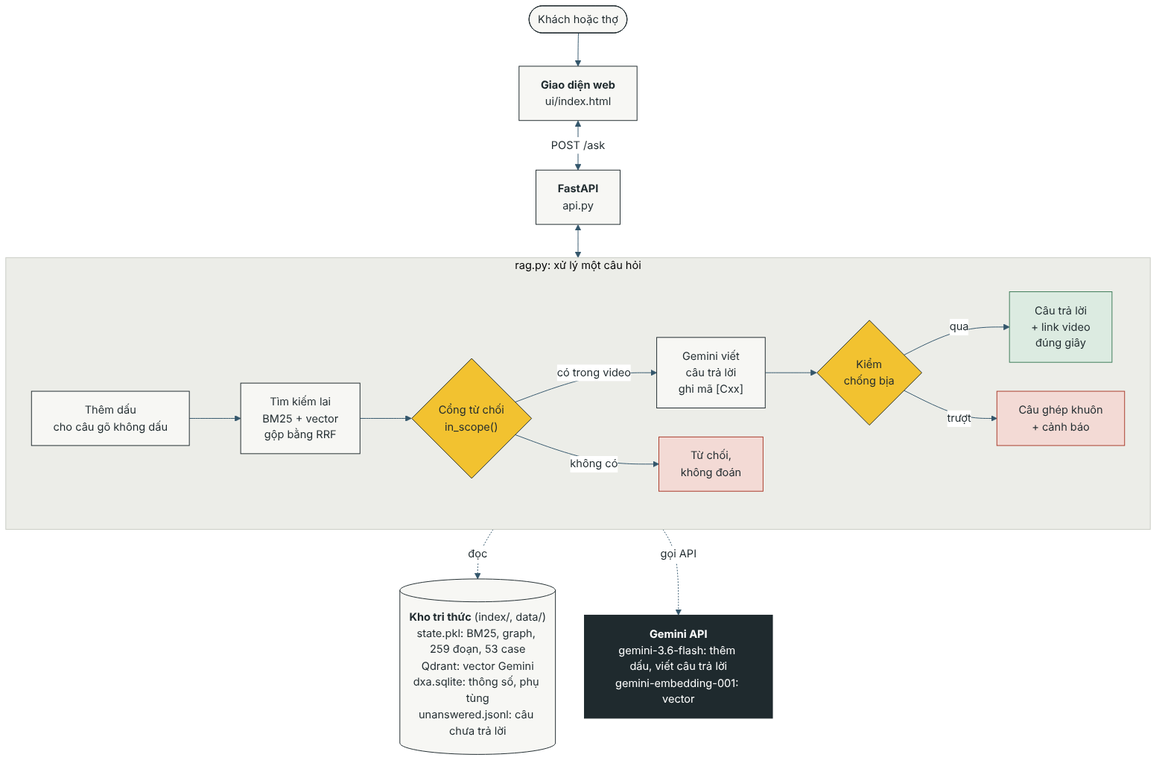
Before: dxa-automative-agent_dana/docs/architecture.png, a diagram exported from Mermaid (ydangishere/dev-projects). Its source is kept beside it as dxa-automative-agent_dana/docs/architecture.mmd. Source of this version:
```mermaid
%%{init: {"theme":"base","fontFamily":"Inter, DejaVu Sans, sans-serif","themeVariables":{"fontFamily":"Inter, DejaVu Sans, sans-serif","fontSize":"15px","primaryColor":"#F7F7F4","primaryBorderColor":"#1F2A2E","primaryTextColor":"#1F2A2E","lineColor":"#33566B","clusterBkg":"#ECEDE8","clusterBorder":"#C9CCC4","edgeLabelBackground":"#FFFFFF"},"flowchart":{"curve":"basis","nodeSpacing":40,"rankSpacing":46}}}%%
flowchart TB
    U(["Khách hoặc thợ"]) --> UI["<b>Giao diện web</b><br/>ui/index.html"]
    UI <-- "POST /ask" --> API["<b>FastAPI</b><br/>api.py"]
    API <--> RAG

    subgraph RAG["rag.py: xử lý một câu hỏi"]
        direction LR
        A1["Thêm dấu<br/>cho câu gõ không dấu"] --> A2["Tìm kiếm lai<br/>BM25 + vector<br/>gộp bằng RRF"]
        A2 --> A3{"Cổng từ chối<br/>in_scope()"}
        A3 -- "có trong video" --> A4["Gemini viết<br/>câu trả lời<br/>ghi mã [Cxx]"]
        A4 --> A5{"Kiểm<br/>chống bịa"}
        A5 -- "qua" --> OK["Câu trả lời<br/>+ link video<br/>đúng giây"]
        A5 -- "trượt" --> TPL["Câu ghép khuôn<br/>+ cảnh báo"]
        A3 -- "không có" --> NO["Từ chối,<br/>không đoán"]
    end

    RAG -. "đọc" .-> KHO
    RAG -. "gọi API" .-> G

    KHO[("<b>Kho tri thức</b> (index/, data/)<br/>state.pkl: BM25, graph, 259 đoạn, 53 case<br/>Qdrant: vector Gemini<br/>dxa.sqlite: thông số, phụ tùng<br/>unanswered.jsonl: câu chưa trả lời")]

    G["<b>Gemini API</b><br/>gemini-3.6-flash: thêm dấu, viết câu trả lời<br/>gemini-embedding-001: vector"]

    classDef gate fill:#F2C230,stroke:#1F2A2E,color:#1F2A2E
    classDef stop fill:#F3DAD5,stroke:#A93A2A,color:#1F2A2E
    classDef good fill:#DCEBE1,stroke:#3E7C59,color:#1F2A2E
    classDef ext fill:#1F2A2E,stroke:#1F2A2E,color:#FFFFFF
    class A3,A5 gate
    class NO,TPL stop
    class OK good
    class G ext
```
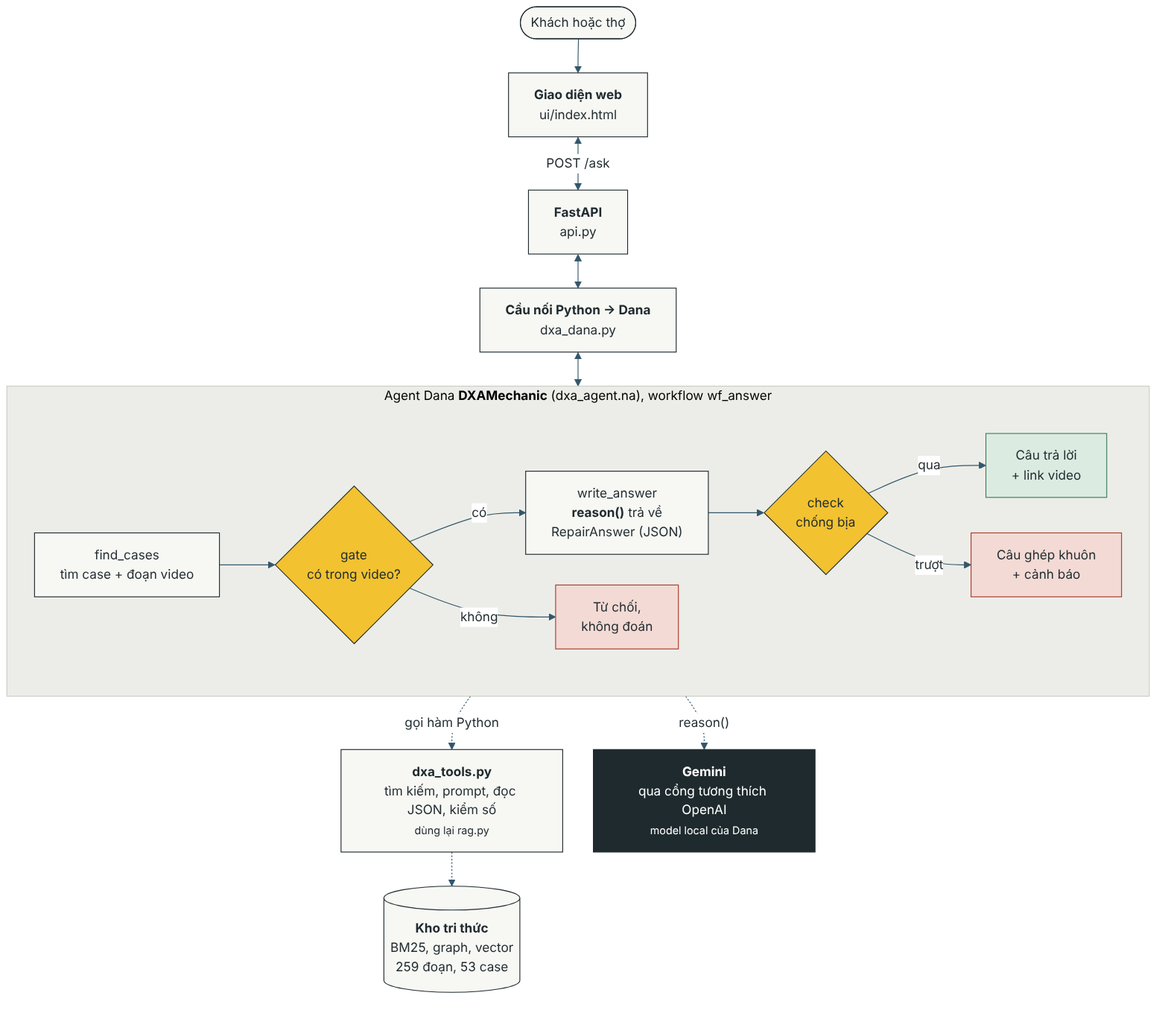
After the commit.

Commit message:
docs(dxa-dana): README, run.bat flow and Dana architecture diagrams; Windows CI

Change to the diagram source:
```diff
@@ -1,32 +1,29 @@
-%%{init: {"theme":"base","fontFamily":"Inter, DejaVu Sans, sans-serif","themeVariables":{"fontFamily":"Inter, DejaVu Sans, sans-serif","fontSize":"15px","primaryColor":"#F7F7F4","primaryBorderColor":"#1F2A2E","primaryTextColor":"#1F2A2E","lineColor":"#33566B","clusterBkg":"#ECEDE8","clusterBorder":"#C9CCC4","edgeLabelBackground":"#FFFFFF"},"flowchart":{"curve":"basis","nodeSpacing":40,"rankSpacing":46}}}%%
+%%{init: {"theme":"base","fontFamily":"Inter, DejaVu Sans, sans-serif","themeVariables":{"fontFamily":"Inter, DejaVu Sans, sans-serif","fontSize":"15px","primaryColor":"#F7F7F4","primaryBorderColor":"#1F2A2E","primaryTextColor":"#1F2A2E","lineColor":"#33566B","clusterBkg":"#ECEDE8","clusterBorder":"#C9CCC4","edgeLabelBackground":"#FFFFFF"},"flowchart":{"curve":"basis","nodeSpacing":36,"rankSpacing":40}}}%%
 flowchart TB
     U(["Khách hoặc thợ"]) --> UI["<b>Giao diện web</b><br/>ui/index.html"]
     UI <-- "POST /ask" --> API["<b>FastAPI</b><br/>api.py"]
-    API <--> RAG
+    API <--> BR["<b>Cầu nối Python → Dana</b><br/>dxa_dana.py"]
+    BR <--> AG
 
-    subgraph RAG["rag.py: xử lý một câu hỏi"]
+    subgraph AG["Agent Dana <b>DXAMechanic</b> (dxa_agent.na), workflow wf_answer"]
         direction LR
-        A1["Thêm dấu<br/>cho câu gõ không dấu"] --> A2["Tìm kiếm lai<br/>BM25 + vector<br/>gộp bằng RRF"]
-        A2 --> A3{"Cổng từ chối<br/>in_scope()"}
-        A3 -- "có trong video" --> A4["Gemini viết<br/>câu trả lời<br/>ghi mã [Cxx]"]
-        A4 --> A5{"Kiểm<br/>chống bịa"}
-        A5 -- "qua" --> OK["Câu trả lời<br/>+ link video<br/>đúng giây"]
-        A5 -- "trượt" --> TPL["Câu ghép khuôn<br/>+ cảnh báo"]
-        A3 -- "không có" --> NO["Từ chối,<br/>không đoán"]
+        A1["find_cases<br/>tìm case + đoạn video"] --> A2{"gate<br/>có trong video?"}
+        A2 -- "có" --> A3["write_answer<br/><b>reason()</b> trả về<br/>RepairAnswer (JSON)"]
+        A3 --> A4{"check<br/>chống bịa"}
+        A4 -- "qua" --> OK["Câu trả lời<br/>+ link video"]
+        A4 -- "trượt" --> TPL["Câu ghép khuôn<br/>+ cảnh báo"]
+        A2 -- "không" --> NO["Từ chối,<br/>không đoán"]
     end
 
-    RAG -. "đọc" .-> KHO
-    RAG -. "gọi API" .-> G
-
-    KHO[("<b>Kho tri thức</b> (index/, data/)<br/>state.pkl: BM25, graph, 259 đoạn, 53 case<br/>Qdrant: vector Gemini<br/>dxa.sqlite: thông số, phụ tùng<br/>unanswered.jsonl: câu chưa trả lời")]
-
-    G["<b>Gemini API</b><br/>gemini-3.6-flash: thêm dấu, viết câu trả lời<br/>gemini-embedding-001: vector"]
+    AG -. "gọi hàm Python" .-> TOOLS["<b>dxa_tools.py</b><br/>tìm kiếm, prompt, đọc JSON, kiểm số<br/><small>dùng lại rag.py</small>"]
+    TOOLS -.-> KHO[("<b>Kho tri thức</b><br/>BM25, graph, vector<br/>259 đoạn, 53 case")]
+    AG -. "reason()" .-> G["<b>Gemini</b><br/>qua cổng tương thích OpenAI<br/><small>model local của Dana</small>"]
 
     classDef gate fill:#F2C230,stroke:#1F2A2E,color:#1F2A2E
     classDef stop fill:#F3DAD5,stroke:#A93A2A,color:#1F2A2E
     classDef good fill:#DCEBE1,stroke:#3E7C59,color:#1F2A2E
     classDef ext fill:#1F2A2E,stroke:#1F2A2E,color:#FFFFFF
-    class A3,A5 gate
+    class A2,A4 gate
     class NO,TPL stop
     class OK good
     class G ext
```
